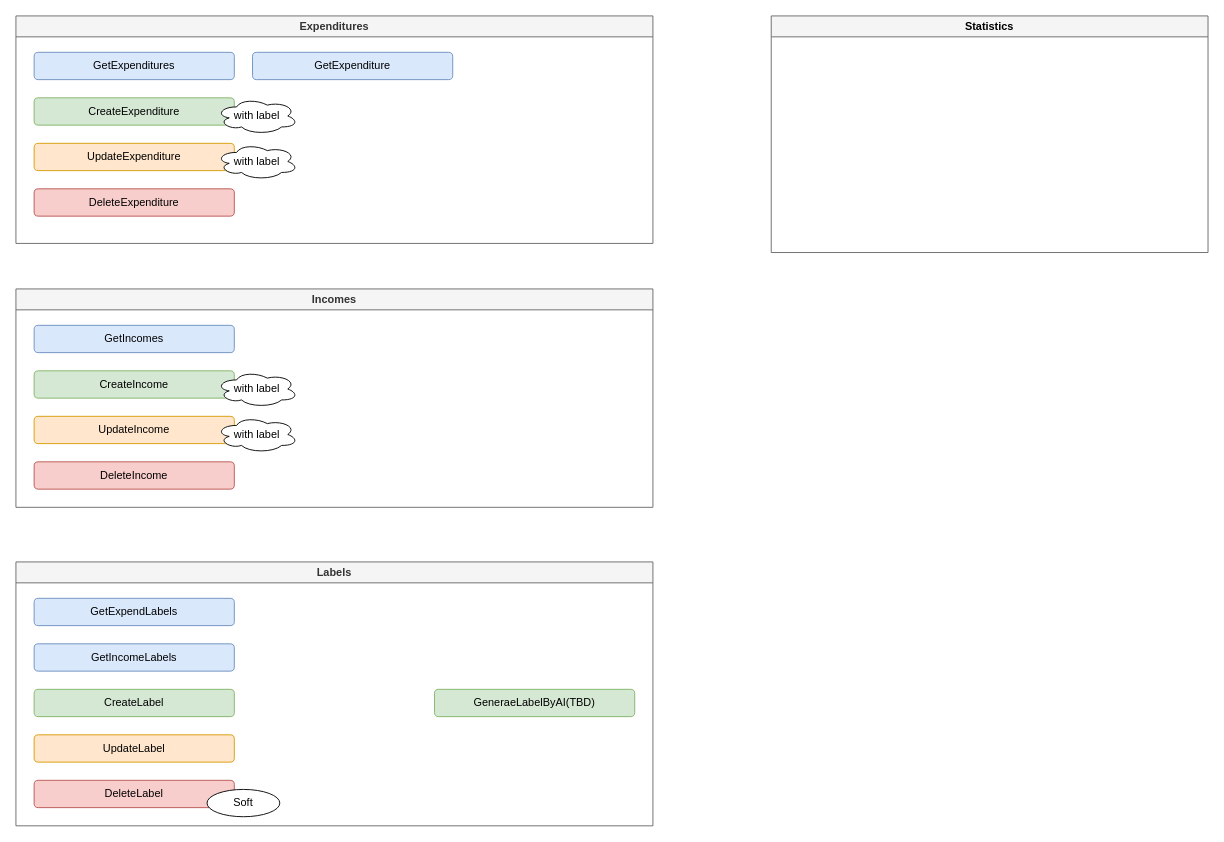
This is page "Endpoints" (5 of 5) of MyBookKeeper.drawio from TanaChu0409/book-keeper, a draw.io file, before an edit. Source tidied: cells renumbered, new cells numbered last; positions are measured from the earlier drawing's top-left corner, leaving out a move shared by most shapes. Both pictures are drawn from the tidied source at 91%, with x=0, y=0 at pixel (15, 15).
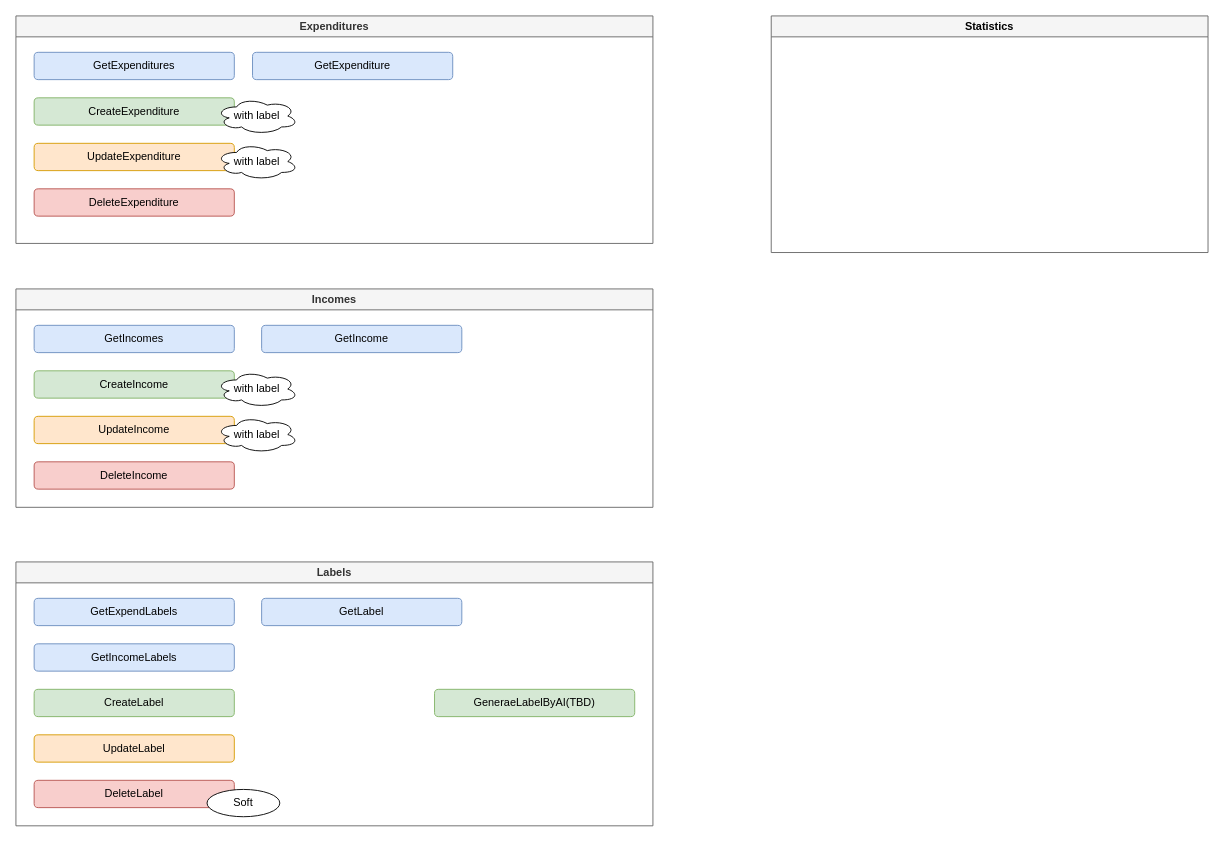
Above is the later version.

Unchanged cells that the change refers to:
```xml
<mxCell id="10" value="&lt;span style=&quot;text-wrap-mode: nowrap;&quot;&gt;Incomes&lt;/span&gt;" style="swimlane;whiteSpace=wrap;html=1;fillColor=#f5f5f5;strokeColor=#666666;fontColor=#333333;glass=0;" parent="1" vertex="1">
  <mxGeometry y="300" width="700" height="240" as="geometry" />
</mxCell>
<mxCell id="17" value="&lt;span style=&quot;text-wrap-mode: nowrap;&quot;&gt;Labels&lt;/span&gt;" style="swimlane;whiteSpace=wrap;html=1;fillColor=#f5f5f5;strokeColor=#666666;fontColor=#333333;glass=0;" parent="1" vertex="1">
  <mxGeometry y="600" width="700" height="290" as="geometry" />
</mxCell>
```

Diff of the diagram source:
```diff
@@
+    <mxCell id="26" value="GetIncome" style="rounded=1;whiteSpace=wrap;html=1;fillColor=#dae8fc;strokeColor=#6c8ebf;glass=0;" parent="10" vertex="1">
+      <mxGeometry x="270" y="40" width="220" height="30" as="geometry" />
+    </mxCell>
@@
+    <mxCell id="27" value="GetLabel" style="rounded=1;whiteSpace=wrap;html=1;fillColor=#dae8fc;strokeColor=#6c8ebf;glass=0;" parent="17" vertex="1">
+      <mxGeometry x="270" y="40" width="220" height="30" as="geometry" />
+    </mxCell>
```
